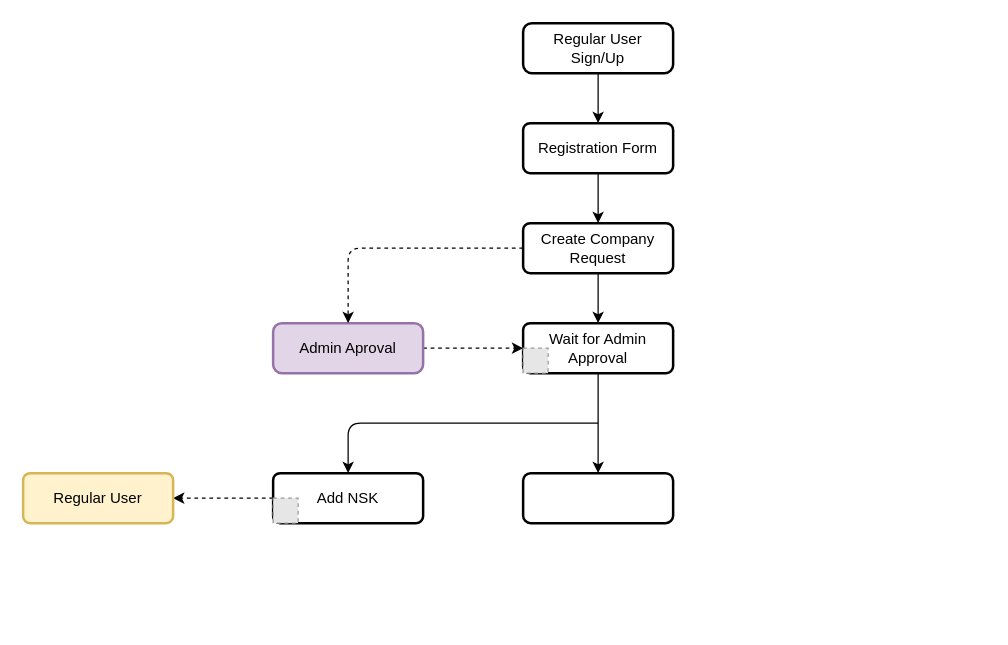
waltermayor/basis keeps this draw.io diagram as Untitled Diagram.drawio. Above is the earlier version. Source tidied: cells renumbered, new cells numbered last; positions are measured from the earlier drawing's top-left corner, leaving out a move shared by most shapes. Both pictures are drawn from the tidied source at 125%, with x=0, y=0 at pixel (22, 22). Pictures stored in the file or linked from it are replaced by grey dashed boxes.
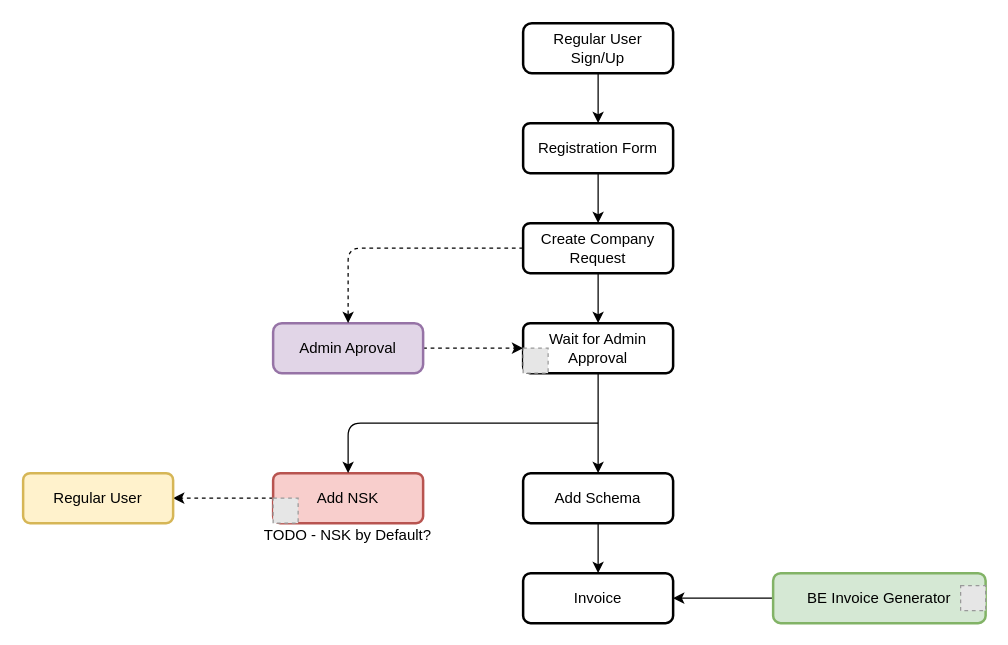
After the change.

The edit, as a diff of the source:
```diff
@@
-    <mxCell id="12" value="Add NSK" style="whiteSpace=wrap;html=1;rounded=1;strokeWidth=2;arcSize=14;" parent="1" vertex="1">
+    <mxCell id="12" value="Add NSK" style="whiteSpace=wrap;html=1;rounded=1;strokeWidth=2;arcSize=14;fillColor=#f8cecc;strokeColor=#b85450;" parent="1" vertex="1">
       <mxGeometry x="200" y="360" width="120" height="40" as="geometry" />
     </mxCell>
@@
+    <mxCell id="20" style="edgeStyle=orthogonalEdgeStyle;rounded=0;jettySize=auto;html=1;" parent="1" edge="1" source="14" target="24">
+      <mxGeometry relative="1" as="geometry" />
+    </mxCell>
-    <mxCell id="14" style="rounded=1;whiteSpace=wrap;html=1;strokeWidth=2;" parent="1" vertex="1">
+    <mxCell id="14" value="Add Schema" style="rounded=1;whiteSpace=wrap;html=1;strokeWidth=2;" parent="1" vertex="1">
       <mxGeometry x="400" y="360" width="120" height="40" as="geometry" />
     </mxCell>
@@
+    <mxCell id="21" value="TODO - NSK by Default?" style="text;html=1;strokeColor=none;fillColor=none;align=center;verticalAlign=middle;whiteSpace=wrap;rounded=0;" parent="1" vertex="1">
+      <mxGeometry x="190" y="400" width="140" height="20" as="geometry" />
+    </mxCell>
+    <mxCell id="22" style="edgeStyle=orthogonalEdgeStyle;rounded=0;jettySize=auto;html=1;" parent="1" edge="1" source="23" target="24">
+      <mxGeometry relative="1" as="geometry" />
+    </mxCell>
+    <mxCell id="23" value="BE Invoice Generator" style="rounded=1;whiteSpace=wrap;html=1;strokeWidth=2;fillColor=#d5e8d4;strokeColor=#82b366;" parent="1" vertex="1">
+      <mxGeometry x="600" y="440" width="170" height="40" as="geometry" />
+    </mxCell>
+    <mxCell id="24" value="Invoice" style="rounded=1;whiteSpace=wrap;html=1;strokeWidth=2;" parent="1" vertex="1">
+      <mxGeometry x="400" y="440" width="120" height="40" as="geometry" />
+    </mxCell>
+    <mxCell id="25" style="fillColor=#E6E6E6;strokeColor=#999999;dashed=1;html=1;verticalAlign=top;verticalLabelPosition=bottom;labelBackgroundColor=#ffffff;" parent="1" vertex="1">
+      <mxGeometry x="750" y="450" width="20" height="20" as="geometry" />
+    </mxCell>
```
